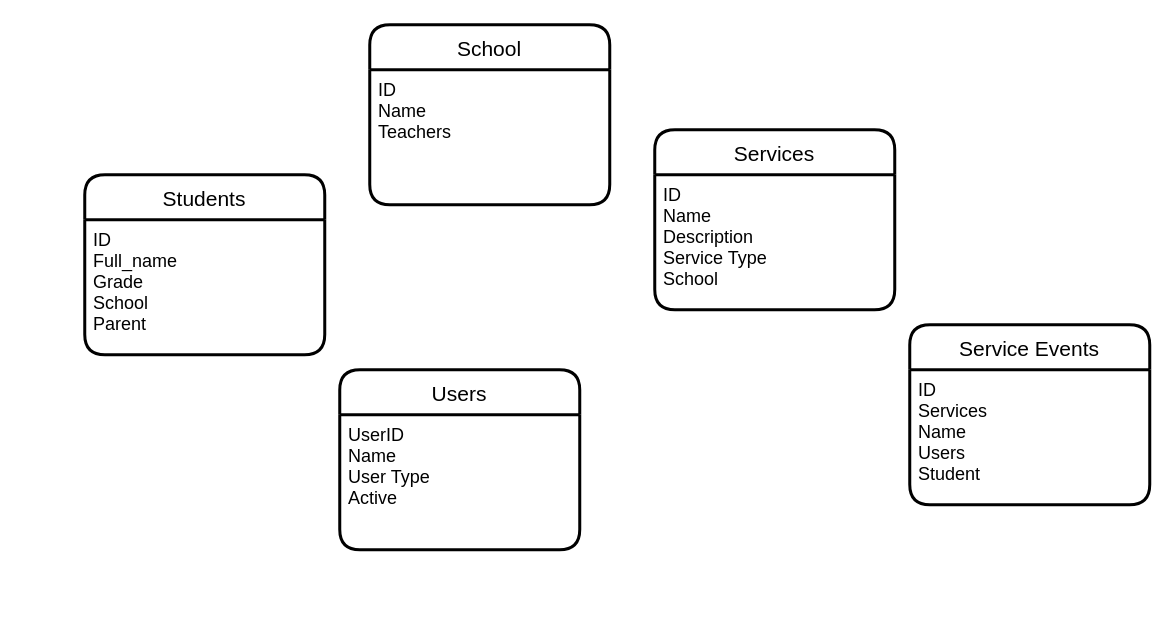
The draw.io diagram page "Page-2" (2 of 2) of TestResults-5.0.x/Untitled Diagram.drawio in Muruganandhu/Taleo, before the edit. Source tidied: cells renumbered, new cells numbered last; positions are measured from the earlier drawing's top-left corner, leaving out a move shared by most shapes. Both pictures are drawn from the tidied source at 150%, with x=0, y=0 at pixel (84, 24).
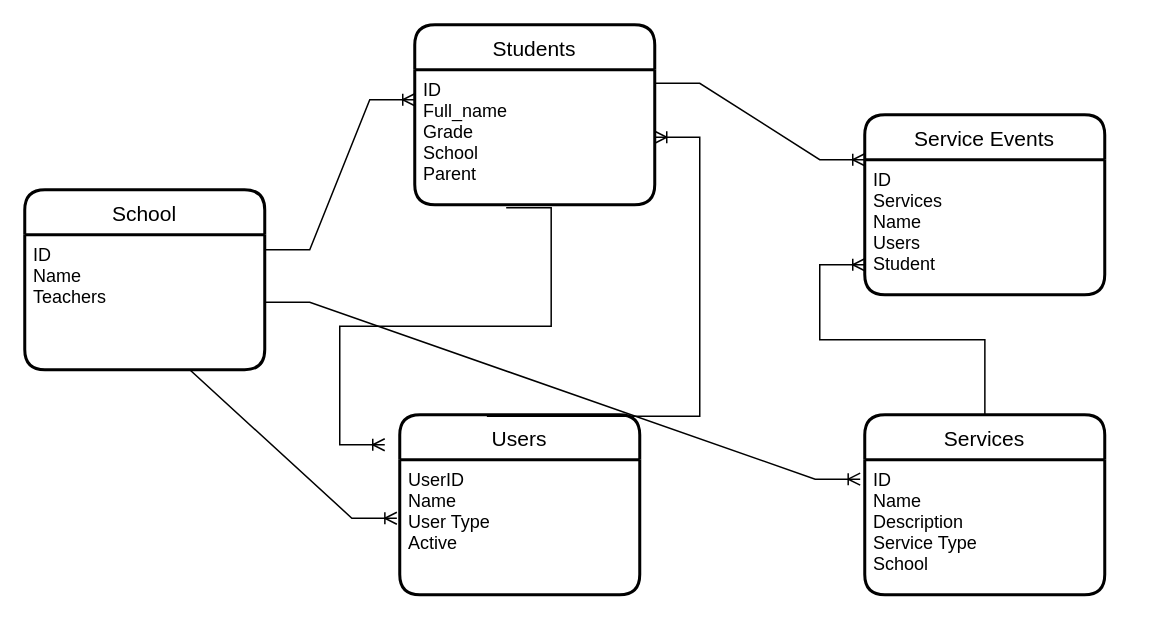
After the change.

Commit message:
Logical Model

Unchanged cells that the change refers to:
```xml
<mxCell id="3" value="ID&#10;Name&#10;Teachers" style="align=left;strokeColor=none;fillColor=none;spacingLeft=4;fontSize=12;verticalAlign=top;" parent="2" vertex="1">
  <mxGeometry y="30" width="160" height="90" as="geometry" />
</mxCell>
<mxCell id="5" value="ID&#10;Name&#10;Description&#10;Service Type&#10;School" style="align=left;strokeColor=none;fillColor=none;spacingLeft=4;fontSize=12;verticalAlign=top;" parent="4" vertex="1">
  <mxGeometry y="30" width="160" height="90" as="geometry" />
</mxCell>
<mxCell id="7" value="ID&#10;Full_name&#10;Grade&#10;School&#10;Parent" style="align=left;strokeColor=none;fillColor=none;spacingLeft=4;fontSize=12;verticalAlign=top;" parent="6" vertex="1">
  <mxGeometry y="30" width="160" height="90" as="geometry" />
</mxCell>
<mxCell id="9" value="UserID&#10;Name&#10;User Type&#10;Active" style="align=left;strokeColor=none;fillColor=none;spacingLeft=4;fontSize=12;verticalAlign=top;" parent="8" vertex="1">
  <mxGeometry y="30" width="160" height="90" as="geometry" />
</mxCell>
<mxCell id="11" value="ID&#10;Services&#10;Name&#10;Users&#10;Student" style="align=left;strokeColor=none;fillColor=none;spacingLeft=4;fontSize=12;verticalAlign=top;" parent="10" vertex="1">
  <mxGeometry y="30" width="160" height="90" as="geometry" />
</mxCell>
```

What changed in the source:
```diff
@@
     <mxCell id="2" value="School" style="swimlane;horizontal=1;startSize=30;rounded=1;fontSize=14;fontStyle=0;strokeWidth=2;shadow=0;dashed=0;align=center;" parent="1" vertex="1">
-      <mxGeometry x="190" width="160" height="120" as="geometry" />
+      <mxGeometry x="-40" y="110" width="160" height="120" as="geometry" />
     </mxCell>
@@
     <mxCell id="4" value="Services" style="swimlane;horizontal=1;startSize=30;rounded=1;fontSize=14;fontStyle=0;strokeWidth=2;shadow=0;dashed=0;align=center;" parent="1" vertex="1">
-      <mxGeometry x="380" y="70" width="160" height="120" as="geometry" />
+      <mxGeometry x="520" y="260" width="160" height="120" as="geometry" />
     </mxCell>
@@
     <mxCell id="6" value="Students" style="swimlane;horizontal=1;startSize=30;rounded=1;fontSize=14;fontStyle=0;strokeWidth=2;shadow=0;dashed=0;align=center;" parent="1" vertex="1">
-      <mxGeometry y="100" width="160" height="120" as="geometry" />
+      <mxGeometry x="220" width="160" height="120" as="geometry" />
     </mxCell>
@@
     <mxCell id="8" value="Users" style="swimlane;horizontal=1;startSize=30;rounded=1;fontSize=14;fontStyle=0;strokeWidth=2;shadow=0;dashed=0;align=center;" parent="1" vertex="1">
-      <mxGeometry x="170" y="230" width="160" height="120" as="geometry" />
+      <mxGeometry x="210" y="260" width="160" height="120" as="geometry" />
     </mxCell>
@@
     <mxCell id="10" value="Service Events" style="swimlane;horizontal=1;startSize=30;rounded=1;fontSize=14;fontStyle=0;strokeWidth=2;shadow=0;dashed=0;align=center;" parent="1" vertex="1">
-      <mxGeometry x="550" y="200" width="160" height="120" as="geometry" />
+      <mxGeometry x="520" y="60" width="160" height="120" as="geometry" />
     </mxCell>
@@
+    <mxCell id="12" style="edgeStyle=entityRelationEdgeStyle;fontSize=12;html=1;endArrow=ERoneToMany;rounded=0;" parent="1" edge="1">
+      <mxGeometry relative="1" as="geometry">
+        <mxPoint x="120" y="150" as="sourcePoint" />
+        <mxPoint x="220" y="50" as="targetPoint" />
+      </mxGeometry>
+    </mxCell>
+    <mxCell id="13" style="edgeStyle=entityRelationEdgeStyle;fontSize=12;html=1;endArrow=ERoneToMany;rounded=0;exitX=0.363;exitY=0.008;exitDx=0;exitDy=0;exitPerimeter=0;" parent="1" edge="1" source="8" target="7">
+      <mxGeometry relative="1" as="geometry" />
+    </mxCell>
+    <mxCell id="14" style="edgeStyle=entityRelationEdgeStyle;fontSize=12;html=1;endArrow=ERoneToMany;rounded=0;entryX=-0.012;entryY=0.433;entryDx=0;entryDy=0;entryPerimeter=0;exitX=0.5;exitY=1;exitDx=0;exitDy=0;" parent="1" edge="1" source="3" target="9">
+      <mxGeometry relative="1" as="geometry" />
+    </mxCell>
+    <mxCell id="15" style="edgeStyle=entityRelationEdgeStyle;fontSize=12;html=1;endArrow=ERoneToMany;rounded=0;entryX=0;entryY=0;entryDx=0;entryDy=0;" parent="1" edge="1" target="11">
+      <mxGeometry relative="1" as="geometry">
+        <mxPoint x="380" y="39" as="sourcePoint" />
+      </mxGeometry>
+    </mxCell>
+    <mxCell id="16" style="edgeStyle=entityRelationEdgeStyle;fontSize=12;html=1;endArrow=ERoneToMany;rounded=0;exitX=0.313;exitY=0;exitDx=0;exitDy=0;exitPerimeter=0;" parent="1" edge="1" source="4">
+      <mxGeometry relative="1" as="geometry">
+        <mxPoint x="520" y="160" as="targetPoint" />
+      </mxGeometry>
+    </mxCell>
+    <mxCell id="17" style="edgeStyle=entityRelationEdgeStyle;fontSize=12;html=1;endArrow=ERoneToMany;rounded=0;exitX=1;exitY=0.5;exitDx=0;exitDy=0;entryX=-0.019;entryY=0.144;entryDx=0;entryDy=0;entryPerimeter=0;" parent="1" edge="1" source="3" target="5">
+      <mxGeometry relative="1" as="geometry" />
+    </mxCell>
+    <mxCell id="18" style="edgeStyle=entityRelationEdgeStyle;fontSize=12;html=1;endArrow=ERoneToMany;rounded=0;exitX=0.381;exitY=1.022;exitDx=0;exitDy=0;exitPerimeter=0;" parent="1" edge="1" source="7">
+      <mxGeometry relative="1" as="geometry">
+        <mxPoint x="200" y="280" as="targetPoint" />
+      </mxGeometry>
+    </mxCell>
```
